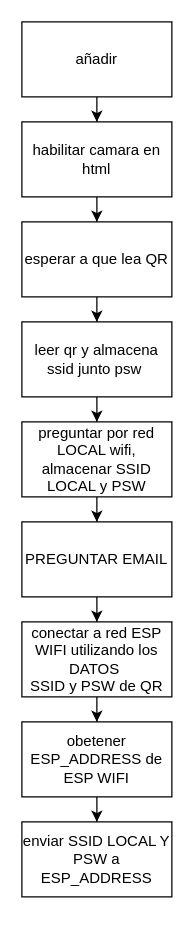
The draw.io diagram design_files/Untitled Diagram3.drawio in marsex/workbench, before the edit. Source tidied: cells renumbered, new cells numbered last; positions are measured from the earlier drawing's top-left corner, leaving out a move shared by most shapes. Both pictures are drawn from the tidied source at 125%, with x=0, y=0 at pixel (21, 21).
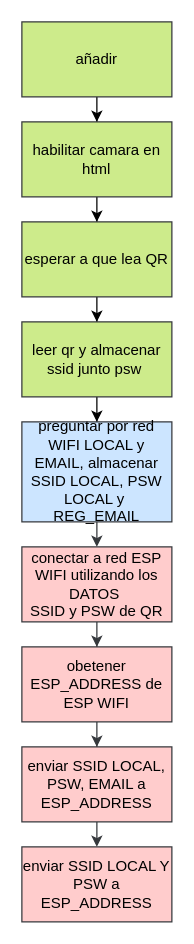
The same diagram, later.

The edit, as a diff of the source:
```diff
@@
-    <mxCell id="3" value="añadir" style="rounded=0;whiteSpace=wrap;html=1;" parent="1" vertex="1">
+    <mxCell id="3" value="añadir" style="rounded=0;whiteSpace=wrap;html=1;fillColor=#cdeb8b;strokeColor=#36393d;" parent="1" vertex="1">
       <mxGeometry width="120" height="60" as="geometry" />
     </mxCell>
@@
-    <mxCell id="5" value="habilitar camara en html" style="rounded=0;whiteSpace=wrap;html=1;" parent="1" vertex="1">
+    <mxCell id="5" value="habilitar camara en html" style="rounded=0;whiteSpace=wrap;html=1;fillColor=#cdeb8b;strokeColor=#36393d;" parent="1" vertex="1">
       <mxGeometry y="80" width="120" height="60" as="geometry" />
     </mxCell>
@@
-    <mxCell id="7" value="esperar a que lea QR" style="whiteSpace=wrap;html=1;rounded=0;" parent="1" vertex="1">
+    <mxCell id="7" value="esperar a que lea QR" style="whiteSpace=wrap;html=1;rounded=0;fillColor=#cdeb8b;strokeColor=#36393d;" parent="1" vertex="1">
       <mxGeometry y="160" width="120" height="60" as="geometry" />
     </mxCell>
@@
-    <mxCell id="9" value="leer qr y almacena ssid junto psw&amp;nbsp;" style="whiteSpace=wrap;html=1;rounded=0;" parent="1" vertex="1">
+    <mxCell id="9" value="leer qr y almacenar ssid junto psw&amp;nbsp;" style="whiteSpace=wrap;html=1;rounded=0;fillColor=#cdeb8b;strokeColor=#36393d;" parent="1" vertex="1">
       <mxGeometry y="240" width="120" height="60" as="geometry" />
     </mxCell>
-    <mxCell id="10" style="edgeStyle=orthogonalEdgeStyle;rounded=0;jettySize=auto;html=1;" parent="1" edge="1" source="11" target="17">
-      <mxGeometry relative="1" as="geometry" />
-    </mxCell>
-    <mxCell id="11" value="preguntar por red LOCAL wifi, almacenar SSID LOCAL y PSW" style="whiteSpace=wrap;html=1;rounded=0;" parent="1" vertex="1">
-      <mxGeometry y="320" width="120" height="60" as="geometry" />
+    <mxCell id="11" value="preguntar por red WIFI LOCAL y EMAIL, almacenar SSID LOCAL, PSW LOCAL y&amp;nbsp; REG_EMAIL" style="whiteSpace=wrap;html=1;rounded=0;fillColor=#cce5ff;strokeColor=#36393d;" parent="1" vertex="1">
+      <mxGeometry y="320" width="120" height="80" as="geometry" />
     </mxCell>
-    <mxCell id="12" style="edgeStyle=orthogonalEdgeStyle;rounded=0;jettySize=auto;html=1;" parent="1" edge="1" source="13" target="15">
+    <mxCell id="12" style="edgeStyle=orthogonalEdgeStyle;rounded=0;jettySize=auto;html=1;fillColor=#ffcccc;strokeColor=#36393d;" parent="1" edge="1" source="13" target="15">
       <mxGeometry relative="1" as="geometry" />
     </mxCell>
-    <mxCell id="13" value="conectar a red ESP WIFI utilizando los DATOS&amp;nbsp;&lt;br&gt;SSID y PSW de QR" style="whiteSpace=wrap;html=1;rounded=0;" parent="1" vertex="1">
-      <mxGeometry y="480" width="120" height="60" as="geometry" />
+    <mxCell id="13" value="conectar a red ESP WIFI utilizando los DATOS&amp;nbsp;&lt;br&gt;SSID y PSW de QR" style="whiteSpace=wrap;html=1;rounded=0;fillColor=#ffcccc;strokeColor=#36393d;" parent="1" vertex="1">
+      <mxGeometry y="420" width="120" height="60" as="geometry" />
     </mxCell>
-    <mxCell id="14" style="edgeStyle=orthogonalEdgeStyle;rounded=0;jettySize=auto;html=1;" parent="1" edge="1" source="15" target="18">
+    <mxCell id="14" style="edgeStyle=orthogonalEdgeStyle;rounded=0;jettySize=auto;html=1;fillColor=#ffcccc;strokeColor=#36393d;" parent="1" edge="1" source="15" target="18">
       <mxGeometry relative="1" as="geometry" />
     </mxCell>
-    <mxCell id="15" value="&lt;span&gt;obetener ESP_ADDRESS de ESP WIFI&lt;/span&gt;" style="whiteSpace=wrap;html=1;rounded=0;" parent="1" vertex="1">
-      <mxGeometry y="560" width="120" height="60" as="geometry" />
+    <mxCell id="15" value="&lt;span&gt;obetener ESP_ADDRESS de ESP WIFI&lt;/span&gt;" style="whiteSpace=wrap;html=1;rounded=0;fillColor=#ffcccc;strokeColor=#36393d;" parent="1" vertex="1">
+      <mxGeometry y="500" width="120" height="60" as="geometry" />
     </mxCell>
-    <mxCell id="16" style="edgeStyle=orthogonalEdgeStyle;rounded=0;jettySize=auto;html=1;entryX=0.5;entryY=0;entryDx=0;entryDy=0;" parent="1" edge="1" source="17" target="13">
-      <mxGeometry relative="1" as="geometry" />
+    <mxCell id="16" style="edgeStyle=orthogonalEdgeStyle;rounded=0;jettySize=auto;html=1;entryX=0.5;entryY=0;entryDx=0;entryDy=0;fillColor=#ffcccc;strokeColor=#36393d;" parent="1" edge="1" target="13">
+      <mxGeometry relative="1" as="geometry">
+        <mxPoint x="60" y="400" as="sourcePoint" />
+      </mxGeometry>
     </mxCell>
-    <mxCell id="17" value="PREGUNTAR EMAIL" style="whiteSpace=wrap;html=1;rounded=0;" parent="1" vertex="1">
-      <mxGeometry y="400" width="120" height="60" as="geometry" />
-    </mxCell>
+    <mxCell id="19" style="edgeStyle=orthogonalEdgeStyle;rounded=0;jettySize=auto;html=1;fillColor=#ffcccc;strokeColor=#36393d;" parent="1" edge="1" source="18">
+      <mxGeometry relative="1" as="geometry">
+        <mxPoint x="60" y="660" as="targetPoint" />
+      </mxGeometry>
+    </mxCell>
-    <mxCell id="18" value="enviar SSID LOCAL Y PSW a ESP_ADDRESS" style="whiteSpace=wrap;html=1;rounded=0;" parent="1" vertex="1">
-      <mxGeometry y="640" width="120" height="60" as="geometry" />
+    <mxCell id="18" value="enviar SSID LOCAL, PSW, EMAIL a ESP_ADDRESS" style="whiteSpace=wrap;html=1;rounded=0;fillColor=#ffcccc;strokeColor=#36393d;" parent="1" vertex="1">
+      <mxGeometry y="580" width="120" height="60" as="geometry" />
     </mxCell>
+    <mxCell id="20" value="enviar SSID LOCAL Y PSW a ESP_ADDRESS" style="whiteSpace=wrap;html=1;rounded=0;fillColor=#ffcccc;strokeColor=#36393d;" parent="1" vertex="1">
+      <mxGeometry y="660" width="120" height="60" as="geometry" />
+    </mxCell>
```
